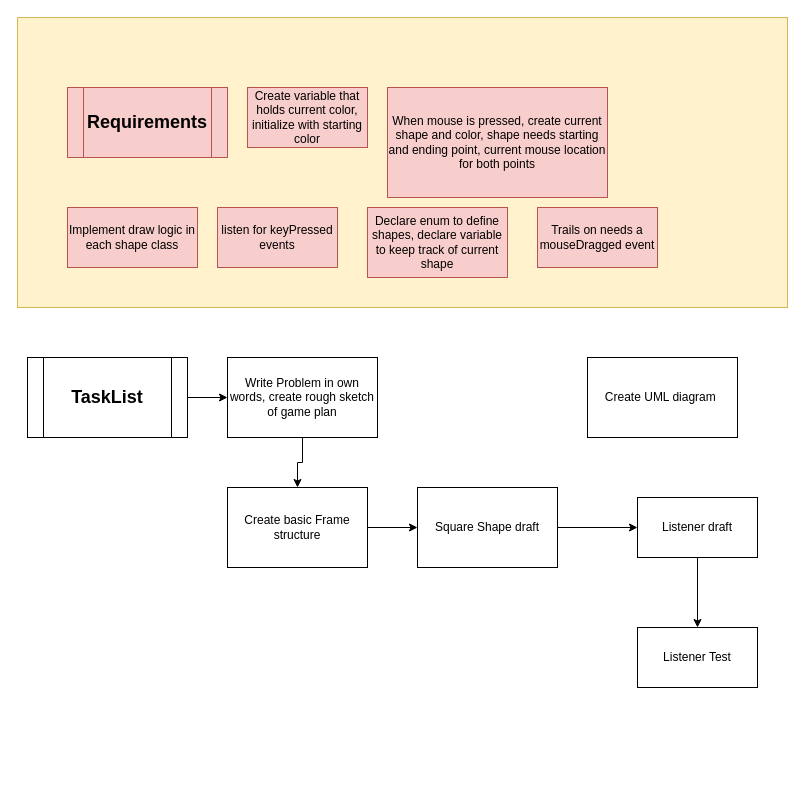
Earlier version of the draw.io diagram projects/Shapes2/Shapes2Plan.drawio (CamJam91/Java2). Source tidied: cells renumbered, new cells numbered last; positions are measured from the earlier drawing's top-left corner, leaving out a move shared by most shapes. Both pictures are drawn from the tidied source at 100%, with x=0, y=0 at pixel (17, 17).
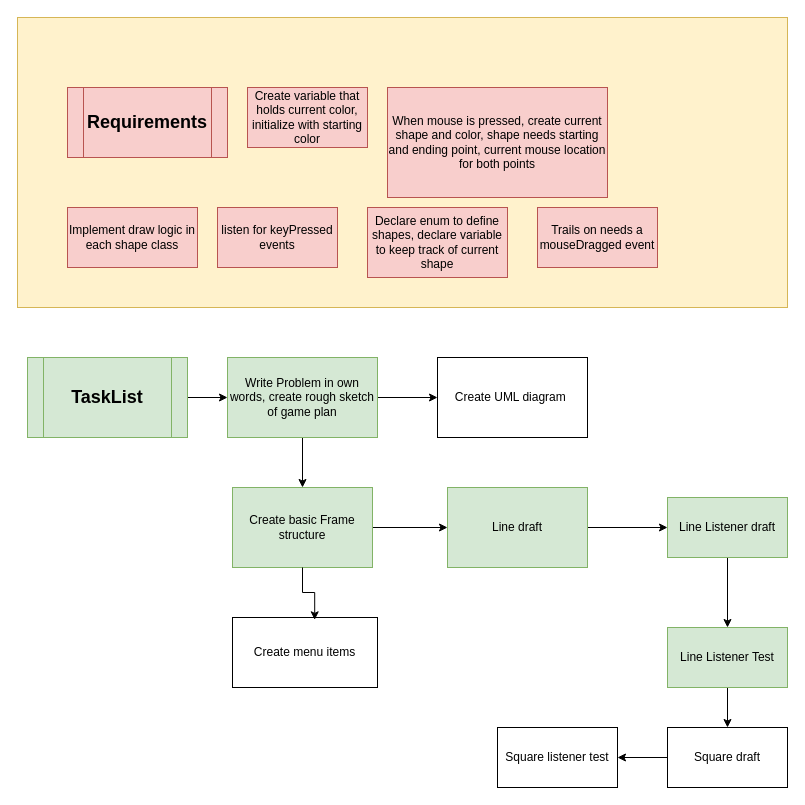
The same page after the edit.

Commit message (it also covers changes not shown here):
shapes2Finish

Diff of the diagram source:
```diff
@@
-    <mxCell id="11" value="&lt;font style=&quot;font-size: 18px;&quot;&gt;&lt;b&gt;TaskList&lt;/b&gt;&lt;/font&gt;" style="shape=process;whiteSpace=wrap;html=1;backgroundOutline=1;" parent="1" vertex="1">
+    <mxCell id="11" value="&lt;font style=&quot;font-size: 18px;&quot;&gt;&lt;b&gt;TaskList&lt;/b&gt;&lt;/font&gt;" style="shape=process;whiteSpace=wrap;html=1;backgroundOutline=1;fillColor=#d5e8d4;strokeColor=#82b366;" parent="1" vertex="1">
       <mxGeometry x="10" y="340" width="160" height="80" as="geometry" />
     </mxCell>
@@
+    <mxCell id="22" style="edgeStyle=orthogonalEdgeStyle;rounded=0;jettySize=auto;html=1;exitX=1;exitY=0.5;exitDx=0;exitDy=0;" parent="1" edge="1" source="13" target="14">
+      <mxGeometry relative="1" as="geometry" />
+    </mxCell>
-    <mxCell id="13" value="Write Problem in own words, create rough sketch of game plan" style="whiteSpace=wrap;html=1;" parent="1" vertex="1">
+    <mxCell id="13" value="Write Problem in own words, create rough sketch of game plan" style="whiteSpace=wrap;html=1;fillColor=#d5e8d4;strokeColor=#82b366;" parent="1" vertex="1">
       <mxGeometry x="210" y="340" width="150" height="80" as="geometry" />
     </mxCell>
     <mxCell id="14" value="Create UML diagram&amp;nbsp;" style="whiteSpace=wrap;html=1;" parent="1" vertex="1">
-      <mxGeometry x="570" y="340" width="150" height="80" as="geometry" />
+      <mxGeometry x="420" y="340" width="150" height="80" as="geometry" />
     </mxCell>
@@
-    <mxCell id="16" value="Create basic Frame structure" style="rounded=0;whiteSpace=wrap;html=1;" parent="1" vertex="1">
-      <mxGeometry x="210" y="470" width="140" height="80" as="geometry" />
+    <mxCell id="16" value="Create basic Frame structure" style="rounded=0;whiteSpace=wrap;html=1;fillColor=#d5e8d4;strokeColor=#82b366;" parent="1" vertex="1">
+      <mxGeometry x="215" y="470" width="140" height="80" as="geometry" />
     </mxCell>
@@
-    <mxCell id="18" value="Square Shape draft" style="whiteSpace=wrap;html=1;" parent="1" vertex="1">
-      <mxGeometry x="400" y="470" width="140" height="80" as="geometry" />
+    <mxCell id="18" value="Line draft" style="whiteSpace=wrap;html=1;fillColor=#d5e8d4;strokeColor=#82b366;" parent="1" vertex="1">
+      <mxGeometry x="430" y="470" width="140" height="80" as="geometry" />
     </mxCell>
@@
-    <mxCell id="20" value="Listener draft" style="whiteSpace=wrap;html=1;" parent="1" vertex="1">
-      <mxGeometry x="620" y="480" width="120" height="60" as="geometry" />
+    <mxCell id="20" value="Line Listener draft" style="whiteSpace=wrap;html=1;fillColor=#d5e8d4;strokeColor=#82b366;" parent="1" vertex="1">
+      <mxGeometry x="650" y="480" width="120" height="60" as="geometry" />
     </mxCell>
+    <mxCell id="23" style="edgeStyle=orthogonalEdgeStyle;rounded=0;jettySize=auto;html=1;" parent="1" edge="1" source="21" target="25">
+      <mxGeometry relative="1" as="geometry" />
+    </mxCell>
-    <mxCell id="21" value="Listener Test" style="whiteSpace=wrap;html=1;" parent="1" vertex="1">
-      <mxGeometry x="620" y="610" width="120" height="60" as="geometry" />
+    <mxCell id="21" value="Line Listener Test" style="whiteSpace=wrap;html=1;fillColor=#d5e8d4;strokeColor=#82b366;" parent="1" vertex="1">
+      <mxGeometry x="650" y="610" width="120" height="60" as="geometry" />
     </mxCell>
+    <mxCell id="24" style="edgeStyle=orthogonalEdgeStyle;rounded=0;jettySize=auto;html=1;" parent="1" edge="1" source="25" target="26">
+      <mxGeometry relative="1" as="geometry" />
+    </mxCell>
+    <mxCell id="25" value="Square draft" style="whiteSpace=wrap;html=1;" parent="1" vertex="1">
+      <mxGeometry x="650" y="710" width="120" height="60" as="geometry" />
+    </mxCell>
+    <mxCell id="26" value="Square listener test" style="whiteSpace=wrap;html=1;" parent="1" vertex="1">
+      <mxGeometry x="480" y="710" width="120" height="60" as="geometry" />
+    </mxCell>
+    <mxCell id="27" value="Create menu items" style="whiteSpace=wrap;html=1;" parent="1" vertex="1">
+      <mxGeometry x="215" y="600" width="145" height="70" as="geometry" />
+    </mxCell>
+    <mxCell id="28" style="edgeStyle=orthogonalEdgeStyle;rounded=0;jettySize=auto;html=1;entryX=0.567;entryY=0.033;entryDx=0;entryDy=0;entryPerimeter=0;" parent="1" edge="1" source="16" target="27">
+      <mxGeometry relative="1" as="geometry" />
+    </mxCell>
```
